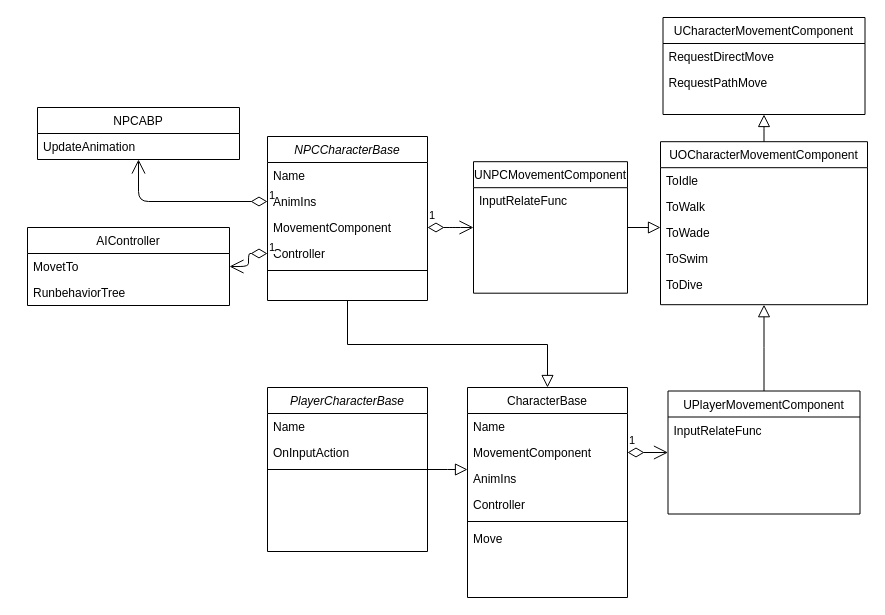
The draw.io diagram Untitled Diagram.drawio in linking314/hello-world, before the edit. Source tidied: cells renumbered, new cells numbered last; positions are measured from the earlier drawing's top-left corner, leaving out a move shared by most shapes. Both pictures are drawn from the tidied source at 100%, with x=0, y=0 at pixel (27, 17).
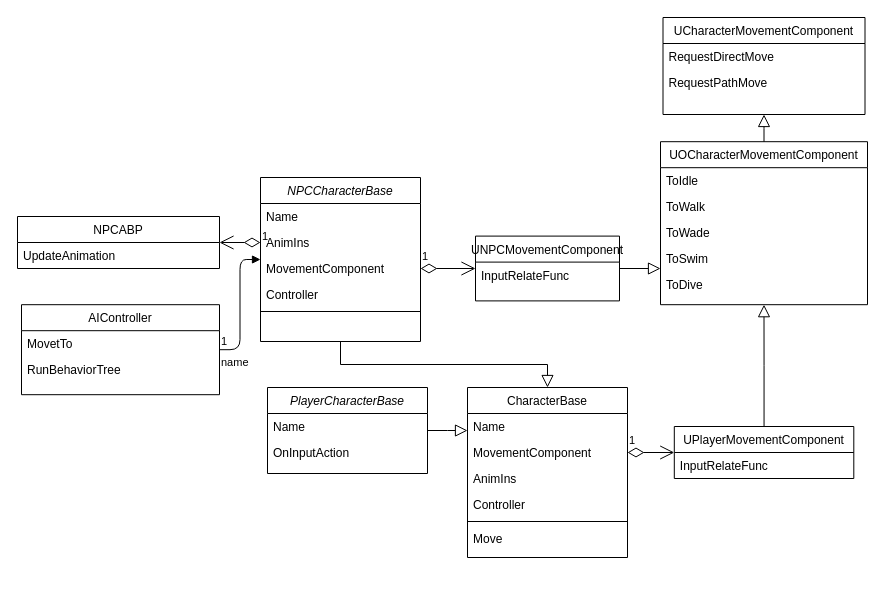
After the change.

The change refers to these unchanged cells:
```xml
<mxCell id="6" value="Controller" style="text;align=left;verticalAlign=top;spacingLeft=4;spacingRight=4;overflow=hidden;points=[[0,0.5],[1,0.5]];portConstraint=eastwest;rounded=0;shadow=0;html=0;" parent="2" vertex="1">
  <mxGeometry y="104" width="160" height="26" as="geometry" />
</mxCell>
```

Change to the diagram source:
```diff
@@
     <mxCell id="2" value="NPCCharacterBase&#10;" style="swimlane;fontStyle=2;align=center;verticalAlign=top;horizontal=1;startSize=26;rounded=0;shadow=0;strokeWidth=1;" parent="1" vertex="1">
-      <mxGeometry x="240" y="119" width="160" height="164" as="geometry" />
+      <mxGeometry x="233" y="160" width="160" height="164" as="geometry" />
     </mxCell>
@@
     <mxCell id="8" value="CharacterBase" style="swimlane;fontStyle=0;align=center;verticalAlign=top;horizontal=1;startSize=26;rounded=0;shadow=0;strokeWidth=1;" parent="1" vertex="1">
-      <mxGeometry x="440" y="370" width="160" height="210" as="geometry" />
+      <mxGeometry x="440" y="370" width="160" height="170" as="geometry" />
     </mxCell>
@@
     <mxCell id="22" value="UPlayerMovementComponent" style="swimlane;fontStyle=0;align=center;verticalAlign=top;horizontal=1;startSize=26;rounded=0;shadow=0;strokeWidth=1;" parent="1" vertex="1">
-      <mxGeometry x="640.5" y="373.5" width="192" height="123" as="geometry" />
+      <mxGeometry x="646.8" y="409" width="179.5" height="52" as="geometry" />
     </mxCell>
     <mxCell id="23" value="InputRelateFunc" style="text;align=left;verticalAlign=top;spacingLeft=4;spacingRight=4;overflow=hidden;rounded=0;shadow=0;html=0;" parent="22" vertex="1">
-      <mxGeometry y="26" width="192" height="26" as="geometry" />
+      <mxGeometry y="26" width="179.5" height="26" as="geometry" />
     </mxCell>
@@
     <mxCell id="27" value="AIController" style="swimlane;fontStyle=0;align=center;verticalAlign=top;horizontal=1;startSize=26;rounded=0;shadow=0;strokeWidth=1;" parent="1" vertex="1">
-      <mxGeometry y="210" width="202" height="78" as="geometry" />
+      <mxGeometry x="-6" y="287.2" width="198" height="90" as="geometry" />
     </mxCell>
     <mxCell id="28" value="MovetTo" style="text;align=left;verticalAlign=top;spacingLeft=4;spacingRight=4;overflow=hidden;" parent="27" vertex="1">
-      <mxGeometry y="26" width="202" height="26" as="geometry" />
+      <mxGeometry y="26" width="198" height="26" as="geometry" />
     </mxCell>
-    <mxCell id="29" value="RunbehaviorTree" style="text;align=left;verticalAlign=top;spacingLeft=4;spacingRight=4;overflow=hidden;" parent="27" vertex="1">
-      <mxGeometry y="52" width="202" height="26" as="geometry" />
+    <mxCell id="29" value="RunBehaviorTree" style="text;align=left;verticalAlign=top;spacingLeft=4;spacingRight=4;overflow=hidden;" parent="27" vertex="1">
+      <mxGeometry y="52" width="198" height="26" as="geometry" />
     </mxCell>
     <mxCell id="30" value="NPCABP&#10;" style="swimlane;fontStyle=0;align=center;verticalAlign=top;horizontal=1;startSize=26;rounded=0;shadow=0;strokeWidth=1;" parent="1" vertex="1">
-      <mxGeometry x="10" y="90" width="202" height="52" as="geometry" />
+      <mxGeometry x="-10" y="199" width="202" height="52" as="geometry" />
     </mxCell>
@@
-    <mxCell id="32" value="1" style="endArrow=open;html=1;endSize=12;startArrow=diamondThin;startSize=14;startFill=0;edgeStyle=orthogonalEdgeStyle;align=left;verticalAlign=bottom;" parent="1" edge="1" source="6" target="27">
-      <mxGeometry x="-1" y="3" relative="1" as="geometry" />
-    </mxCell>
@@
     <mxCell id="34" value="PlayerCharacterBase&#10;" style="swimlane;fontStyle=2;align=center;verticalAlign=top;horizontal=1;startSize=26;rounded=0;shadow=0;strokeWidth=1;" parent="1" vertex="1">
-      <mxGeometry x="240" y="370" width="160" height="164" as="geometry" />
+      <mxGeometry x="240" y="370" width="160" height="86" as="geometry" />
     </mxCell>
@@
-    <mxCell id="37" style="line;html=1;strokeWidth=1;align=left;verticalAlign=middle;spacingTop=-1;spacingLeft=3;spacingRight=3;labelPosition=right;" parent="34" vertex="1">
-      <mxGeometry y="78" width="160" height="8" as="geometry" />
-    </mxCell>
@@
     <mxCell id="43" value="UNPCMovementComponent" style="swimlane;fontStyle=0;align=center;verticalAlign=top;horizontal=1;startSize=26;rounded=0;shadow=0;strokeWidth=1;" parent="1" vertex="1">
-      <mxGeometry x="446" y="144.2" width="154" height="131.5" as="geometry" />
+      <mxGeometry x="448" y="218.6" width="144" height="64.8" as="geometry" />
     </mxCell>
     <mxCell id="44" value="InputRelateFunc" style="text;align=left;verticalAlign=top;spacingLeft=4;spacingRight=4;overflow=hidden;rounded=0;shadow=0;html=0;" parent="43" vertex="1">
-      <mxGeometry y="26" width="154" height="26" as="geometry" />
+      <mxGeometry y="26" width="144" height="26" as="geometry" />
     </mxCell>
@@
+    <mxCell id="46" value="name" style="endArrow=block;endFill=1;html=1;edgeStyle=orthogonalEdgeStyle;align=left;verticalAlign=top;" parent="1" edge="1" source="27" target="2">
+      <mxGeometry x="-1" relative="1" as="geometry" />
+    </mxCell>
+    <mxCell id="32" value="1" style="edgeLabel;html=1;align=left;verticalAlign=bottom;" parent="46" vertex="1">
+      <mxGeometry x="-1" relative="1" as="geometry" />
+    </mxCell>
```
